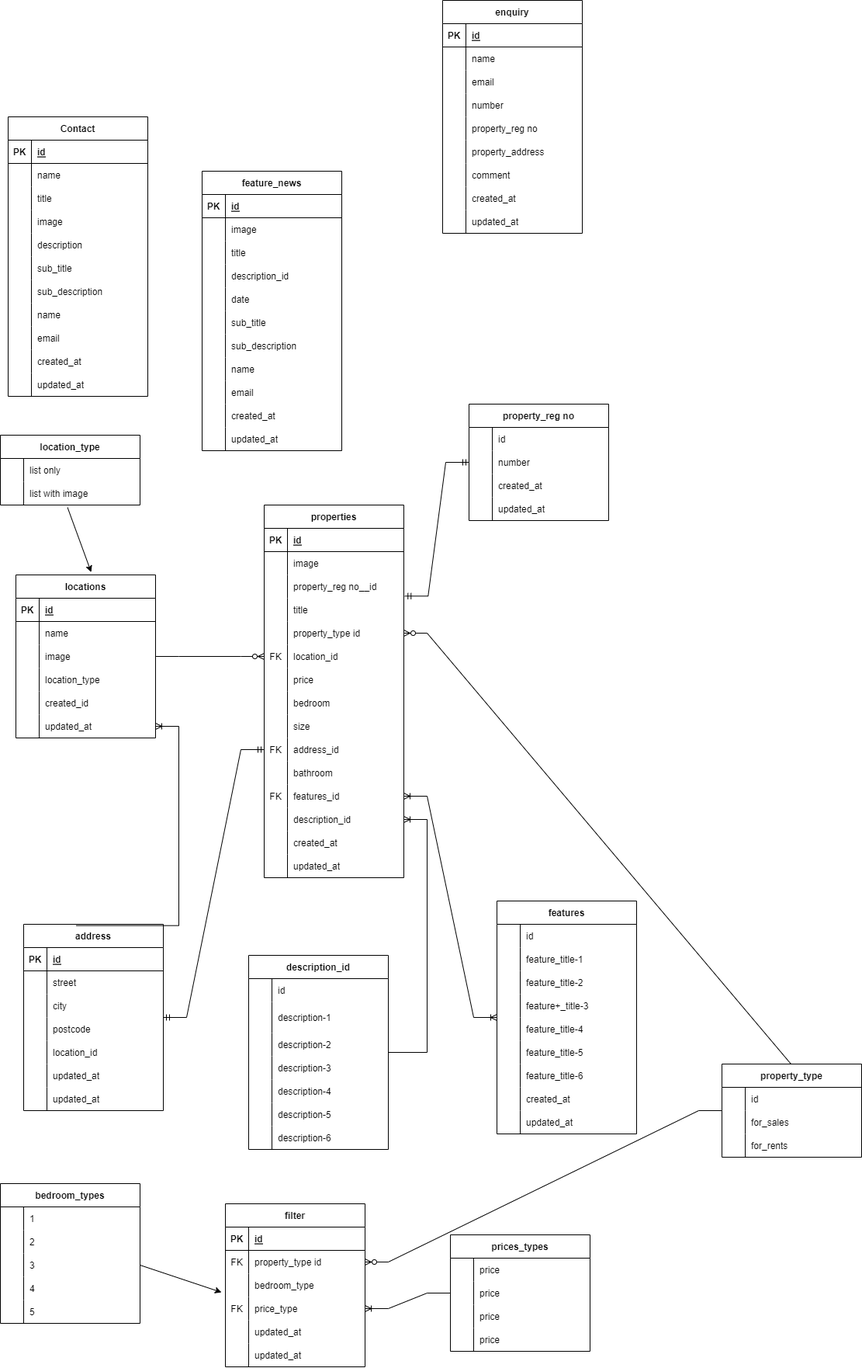
Earlier version of the draw.io export Estate database diagram.drawio.png (cullkid/text-animation). Source tidied: cells renumbered, new cells last; positions are measured from the earlier drawing's top-left corner, leaving out a move shared by most shapes.
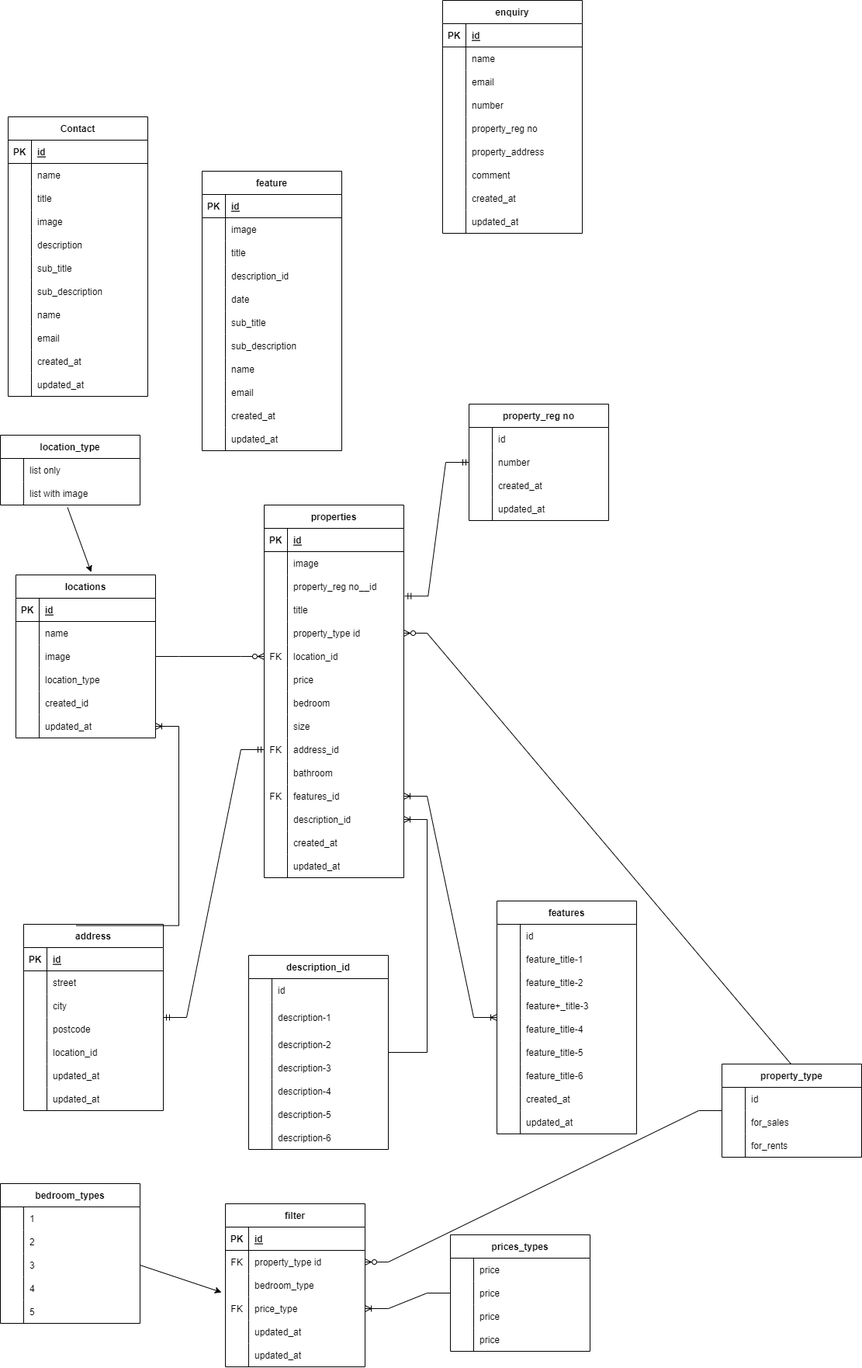
The same file after the commit.

What changed in the source:
```diff
@@ -467,7 +467,7 @@
     <mxCell id="156" value="updated_at" style="shape=partialRectangle;fillColor=none;top=0;left=0;bottom=0;right=0;align=left;spacingLeft=6;overflow=hidden;" parent="154" vertex="1">
       <mxGeometry x="30" width="150" height="30" as="geometry" />
     </mxCell>
-    <mxCell id="157" value="feature_news" style="shape=table;startSize=30;rowLines=0;fontStyle=1;align=center;" parent="1" vertex="1">
+    <mxCell id="157" value="feature" style="shape=table;startSize=30;rowLines=0;fontStyle=1;align=center;" parent="1" vertex="1">
       <mxGeometry x="260" y="220" width="180" height="360" as="geometry" />
     </mxCell>
     <mxCell id="158" style="shape=tableRow;horizontal=0;startSize=0;swimlaneHead=0;swimlaneBody=0;fillColor=none;top=0;left=0;right=0;bottom=1;" parent="157" vertex="1">
```
